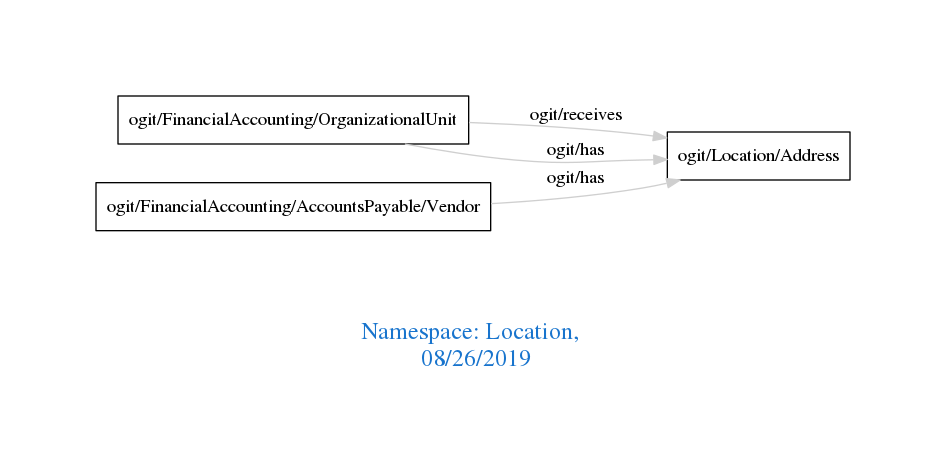
This is downloads/Location.png from arago/OGIT, a Graphviz export, as it was before one commit. Its source is kept beside it as downloads/Location.dot. Its diagram source:
```dot
digraph OGIT_ontology {
 graph [ rankdir= LR,pad=1
fontsize = 18,
fontcolor= dodgerblue3,label = "\n\n\nNamespace: Location, \n 08/26/2019"];
node[shape=polygon];
edge [  color="gray81"];

   "ogit/FinancialAccounting/OrganizationalUnit" -> "ogit/Location/Address" [label="   ogit/receives    "];
   "ogit/FinancialAccounting/AccountsPayable/Vendor" -> "ogit/Location/Address" [label="   ogit/has    "];
   "ogit/FinancialAccounting/OrganizationalUnit" -> "ogit/Location/Address" [label="   ogit/has    "];
}
```
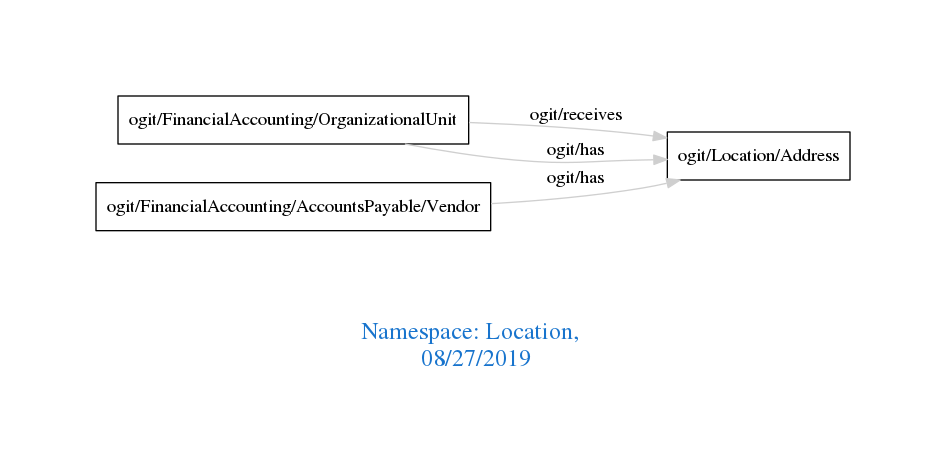
The same diagram one commit later.

Diff of the diagram source:
```diff
@@ -1,7 +1,7 @@
 digraph OGIT_ontology {
  graph [ rankdir= LR,pad=1
 fontsize = 18,
-fontcolor= dodgerblue3,label = "\n\n\nNamespace: Location, \n 08/26/2019"];
+fontcolor= dodgerblue3,label = "\n\n\nNamespace: Location, \n 08/27/2019"];
 node[shape=polygon];
 edge [  color="gray81"];
 
```
